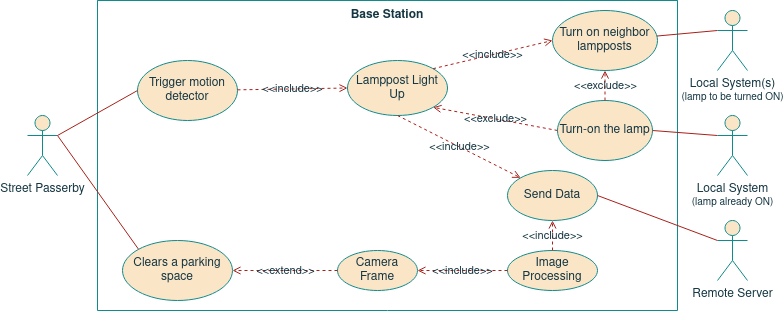
This is project/report/images/05base_station/BS_UseCase.png from ESRGgroup9/slipad, a draw.io export, as it was before one commit. Source tidied: cells renumbered, new cells last; positions are measured from the earlier drawing's top-left corner, leaving out a move shared by most shapes. The source it was exported from:
```xml
<mxGraphModel>
  <root>
    <mxCell id="0" />
    <mxCell id="1" parent="0" />
    <mxCell id="2" value="Base Station" style="swimlane;startSize=0;verticalAlign=top;fillColor=#FAE5C7;strokeColor=#0F8B8D;fontColor=#143642;" parent="1" vertex="1">
      <mxGeometry x="70" width="580" height="310" as="geometry" />
    </mxCell>
    <mxCell id="3" value="Send Data" style="ellipse;whiteSpace=wrap;html=1;fillColor=#FAE5C7;strokeColor=#0F8B8D;fontColor=#143642;" parent="2" vertex="1">
      <mxGeometry x="410" y="170" width="90" height="50" as="geometry" />
    </mxCell>
    <mxCell id="4" value="Turn on neighbor lampposts" style="ellipse;whiteSpace=wrap;html=1;fillColor=#FAE5C7;strokeColor=#0F8B8D;fontColor=#143642;" parent="2" vertex="1">
      <mxGeometry x="455" y="10" width="105" height="60" as="geometry" />
    </mxCell>
    <mxCell id="5" value="Turn-on the lamp" style="ellipse;whiteSpace=wrap;html=1;fillColor=#FAE5C7;strokeColor=#0F8B8D;fontColor=#143642;" parent="2" vertex="1">
      <mxGeometry x="460" y="100" width="95" height="60" as="geometry" />
    </mxCell>
    <mxCell id="6" value="Trigger motion detector" style="ellipse;whiteSpace=wrap;html=1;fillColor=#FAE5C7;strokeColor=#0F8B8D;fontColor=#143642;" parent="2" vertex="1">
      <mxGeometry x="40" y="60" width="100" height="60" as="geometry" />
    </mxCell>
    <mxCell id="7" value="Camera Frame" style="ellipse;whiteSpace=wrap;html=1;fillColor=#FAE5C7;strokeColor=#0F8B8D;fontColor=#143642;" parent="2" vertex="1">
      <mxGeometry x="240" y="250" width="80" height="40" as="geometry" />
    </mxCell>
    <mxCell id="8" value="Image Processing" style="ellipse;whiteSpace=wrap;html=1;fillColor=#FAE5C7;strokeColor=#0F8B8D;fontColor=#143642;" parent="2" vertex="1">
      <mxGeometry x="410" y="250" width="90" height="40" as="geometry" />
    </mxCell>
    <mxCell id="9" value="&amp;lt;&amp;lt;include&amp;gt;&amp;gt;" style="edgeStyle=none;rounded=0;jettySize=auto;html=1;entryX=1;entryY=0.5;entryDx=0;entryDy=0;dashed=1;exitX=0;exitY=0.5;exitDx=0;exitDy=0;endArrow=open;endFill=0;labelBackgroundColor=none;strokeColor=#A8201A;fontColor=#143642;" parent="2" edge="1" source="8" target="7">
      <mxGeometry relative="1" as="geometry" />
    </mxCell>
    <mxCell id="10" value="&amp;lt;&amp;lt;include&amp;gt;&amp;gt;" style="edgeStyle=none;rounded=0;jettySize=auto;html=1;entryX=0.5;entryY=1;entryDx=0;entryDy=0;dashed=1;exitX=0.5;exitY=0;exitDx=0;exitDy=0;endArrow=open;endFill=0;labelBackgroundColor=none;strokeColor=#A8201A;fontColor=#143642;" parent="2" edge="1" source="8" target="3">
      <mxGeometry relative="1" as="geometry" />
    </mxCell>
    <mxCell id="11" value="&amp;lt;&amp;lt;exclude&amp;gt;&amp;gt;" style="edgeStyle=none;rounded=0;jettySize=auto;html=1;entryX=0.5;entryY=1;entryDx=0;entryDy=0;dashed=1;endArrow=open;endFill=0;exitX=0.5;exitY=0;exitDx=0;exitDy=0;labelBackgroundColor=none;strokeColor=#A8201A;fontColor=#143642;" parent="2" edge="1" source="5" target="4">
      <mxGeometry relative="1" as="geometry" />
    </mxCell>
    <mxCell id="12" value="&amp;lt;&amp;lt;include&amp;gt;&amp;gt;" style="edgeStyle=none;rounded=0;jettySize=auto;html=1;entryX=0;entryY=0.5;entryDx=0;entryDy=0;dashed=1;endArrow=open;endFill=0;labelBackgroundColor=none;strokeColor=#A8201A;fontColor=#143642;" parent="1" edge="1" source="6" target="13">
      <mxGeometry relative="1" as="geometry" />
    </mxCell>
    <mxCell id="13" value="Lamppost Light Up" style="ellipse;whiteSpace=wrap;html=1;fillColor=#FAE5C7;strokeColor=#0F8B8D;fontColor=#143642;" parent="1" vertex="1">
      <mxGeometry x="320" y="60" width="100" height="55" as="geometry" />
    </mxCell>
    <mxCell id="14" value="Remote Server" style="shape=umlActor;verticalLabelPosition=bottom;verticalAlign=top;html=1;outlineConnect=0;fillColor=#FAE5C7;strokeColor=#0F8B8D;fontColor=#143642;" parent="1" vertex="1">
      <mxGeometry x="690" y="220" width="30" height="60" as="geometry" />
    </mxCell>
    <mxCell id="15" value="Street Passerby" style="shape=umlActor;verticalLabelPosition=bottom;verticalAlign=top;html=1;outlineConnect=0;fillColor=#FAE5C7;strokeColor=#0F8B8D;fontColor=#143642;" parent="1" vertex="1">
      <mxGeometry y="115" width="30" height="60" as="geometry" />
    </mxCell>
    <mxCell id="16" style="edgeStyle=none;rounded=0;jettySize=auto;html=1;entryX=0;entryY=0.3333333333333333;entryDx=0;entryDy=0;entryPerimeter=0;endArrow=none;endFill=0;labelBackgroundColor=#DAD2D8;strokeColor=#A8201A;fontColor=#143642;" parent="1" edge="1" source="4" target="20">
      <mxGeometry relative="1" as="geometry" />
    </mxCell>
    <mxCell id="17" style="rounded=0;jettySize=auto;html=1;exitX=1;exitY=0.5;exitDx=0;exitDy=0;endArrow=none;endFill=0;entryX=0;entryY=0.3333333333333333;entryDx=0;entryDy=0;entryPerimeter=0;labelBackgroundColor=#DAD2D8;strokeColor=#A8201A;fontColor=#143642;" parent="1" edge="1" source="3" target="14">
      <mxGeometry relative="1" as="geometry" />
    </mxCell>
    <mxCell id="18" value="&amp;lt;&amp;lt;include&amp;gt;&amp;gt;" style="edgeStyle=none;rounded=0;jettySize=auto;html=1;entryX=0;entryY=0;entryDx=0;entryDy=0;dashed=1;exitX=0.5;exitY=1;exitDx=0;exitDy=0;endArrow=open;endFill=0;labelBackgroundColor=none;strokeColor=#A8201A;fontColor=#143642;" parent="1" edge="1" source="13" target="3">
      <mxGeometry relative="1" as="geometry" />
    </mxCell>
    <mxCell id="19" value="&amp;lt;&amp;lt;include&amp;gt;&amp;gt;" style="edgeStyle=none;rounded=0;jettySize=auto;html=1;entryX=0;entryY=0.5;entryDx=0;entryDy=0;dashed=1;endArrow=open;endFill=0;exitX=1;exitY=0;exitDx=0;exitDy=0;labelBackgroundColor=none;strokeColor=#A8201A;fontColor=#143642;" parent="1" edge="1" source="13" target="4">
      <mxGeometry relative="1" as="geometry" />
    </mxCell>
    <mxCell id="20" value="&lt;div&gt;Local System(s)&lt;/div&gt;&lt;div style=&quot;font-size: 10px&quot;&gt;(lamp to be turned ON)&lt;br&gt;&lt;/div&gt;" style="shape=umlActor;verticalLabelPosition=bottom;verticalAlign=top;html=1;outlineConnect=0;fillColor=#FAE5C7;strokeColor=#0F8B8D;fontColor=#143642;" parent="1" vertex="1">
      <mxGeometry x="690" y="10" width="30" height="60" as="geometry" />
    </mxCell>
    <mxCell id="21" value="&amp;lt;&amp;lt;exclude&amp;gt;&amp;gt;" style="edgeStyle=none;rounded=0;jettySize=auto;html=1;entryX=1;entryY=1;entryDx=0;entryDy=0;dashed=1;endArrow=open;endFill=0;exitX=0;exitY=0.5;exitDx=0;exitDy=0;labelBackgroundColor=none;strokeColor=#A8201A;fontColor=#143642;" parent="1" edge="1" source="5" target="13">
      <mxGeometry relative="1" as="geometry" />
    </mxCell>
    <mxCell id="22" value="Clears a parking space" style="ellipse;whiteSpace=wrap;html=1;fillColor=#FAE5C7;strokeColor=#0F8B8D;fontColor=#143642;" parent="1" vertex="1">
      <mxGeometry x="95" y="240" width="110" height="60" as="geometry" />
    </mxCell>
    <mxCell id="23" value="&amp;lt;&amp;lt;extend&amp;gt;&amp;gt;" style="edgeStyle=none;rounded=0;jettySize=auto;html=1;entryX=1;entryY=0.5;entryDx=0;entryDy=0;dashed=1;exitX=0;exitY=0.5;exitDx=0;exitDy=0;endArrow=open;endFill=0;labelBackgroundColor=none;strokeColor=#A8201A;fontColor=#143642;" parent="1" edge="1" source="7" target="22">
      <mxGeometry relative="1" as="geometry" />
    </mxCell>
    <mxCell id="24" style="edgeStyle=none;rounded=0;jettySize=auto;html=1;exitX=1;exitY=0.3333333333333333;exitDx=0;exitDy=0;entryX=0;entryY=0.5;entryDx=0;entryDy=0;endArrow=none;endFill=0;labelBackgroundColor=#DAD2D8;strokeColor=#A8201A;fontColor=#143642;exitPerimeter=0;" parent="1" edge="1" source="15" target="6">
      <mxGeometry relative="1" as="geometry" />
    </mxCell>
    <mxCell id="25" style="edgeStyle=none;rounded=0;jettySize=auto;html=1;exitX=1;exitY=0.3333333333333333;exitDx=0;exitDy=0;entryX=0;entryY=0;entryDx=0;entryDy=0;endArrow=none;endFill=0;labelBackgroundColor=#DAD2D8;strokeColor=#A8201A;fontColor=#143642;exitPerimeter=0;" parent="1" edge="1" source="15" target="22">
      <mxGeometry relative="1" as="geometry" />
    </mxCell>
    <mxCell id="26" style="rounded=0;jettySize=auto;html=1;exitX=0;exitY=0.3333333333333333;exitDx=0;exitDy=0;exitPerimeter=0;entryX=1;entryY=0.5;entryDx=0;entryDy=0;endArrow=none;endFill=0;strokeColor=#A8201A;" parent="1" edge="1" source="27" target="5">
      <mxGeometry relative="1" as="geometry" />
    </mxCell>
    <mxCell id="27" value="&lt;div&gt;Local System&lt;/div&gt;&lt;div style=&quot;font-size: 10px&quot;&gt;(lamp already ON)&lt;br&gt;&lt;/div&gt;" style="shape=umlActor;verticalLabelPosition=bottom;verticalAlign=top;html=1;outlineConnect=0;fillColor=#FAE5C7;strokeColor=#0F8B8D;fontColor=#143642;" parent="1" vertex="1">
      <mxGeometry x="690" y="115" width="30" height="60" as="geometry" />
    </mxCell>
  </root>
</mxGraphModel>
```
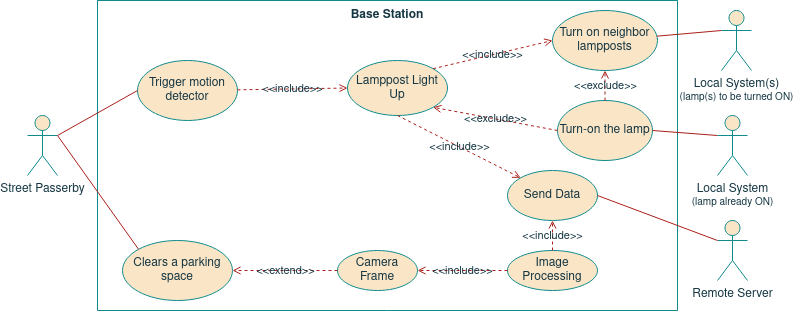
After the commit.

The edit, as a diff of the source:
```diff
@@ -56,8 +56,8 @@
     <mxCell id="19" value="&amp;lt;&amp;lt;include&amp;gt;&amp;gt;" style="edgeStyle=none;rounded=0;jettySize=auto;html=1;entryX=0;entryY=0.5;entryDx=0;entryDy=0;dashed=1;endArrow=open;endFill=0;exitX=1;exitY=0;exitDx=0;exitDy=0;labelBackgroundColor=none;strokeColor=#A8201A;fontColor=#143642;" parent="1" edge="1" source="13" target="4">
       <mxGeometry relative="1" as="geometry" />
     </mxCell>
-    <mxCell id="20" value="&lt;div&gt;Local System(s)&lt;/div&gt;&lt;div style=&quot;font-size: 10px&quot;&gt;(lamp to be turned ON)&lt;br&gt;&lt;/div&gt;" style="shape=umlActor;verticalLabelPosition=bottom;verticalAlign=top;html=1;outlineConnect=0;fillColor=#FAE5C7;strokeColor=#0F8B8D;fontColor=#143642;" parent="1" vertex="1">
-      <mxGeometry x="690" y="10" width="30" height="60" as="geometry" />
+    <mxCell id="20" value="&lt;div&gt;Local System(s)&lt;/div&gt;&lt;div style=&quot;font-size: 10px&quot;&gt;(lamp(s) to be turned ON)&lt;br&gt;&lt;/div&gt;" style="shape=umlActor;verticalLabelPosition=bottom;verticalAlign=top;html=1;outlineConnect=0;fillColor=#FAE5C7;strokeColor=#0F8B8D;fontColor=#143642;" parent="1" vertex="1">
+      <mxGeometry x="694" y="10" width="30" height="60" as="geometry" />
     </mxCell>
     <mxCell id="21" value="&amp;lt;&amp;lt;exclude&amp;gt;&amp;gt;" style="edgeStyle=none;rounded=0;jettySize=auto;html=1;entryX=1;entryY=1;entryDx=0;entryDy=0;dashed=1;endArrow=open;endFill=0;exitX=0;exitY=0.5;exitDx=0;exitDy=0;labelBackgroundColor=none;strokeColor=#A8201A;fontColor=#143642;" parent="1" edge="1" source="5" target="13">
       <mxGeometry relative="1" as="geometry" />
```
